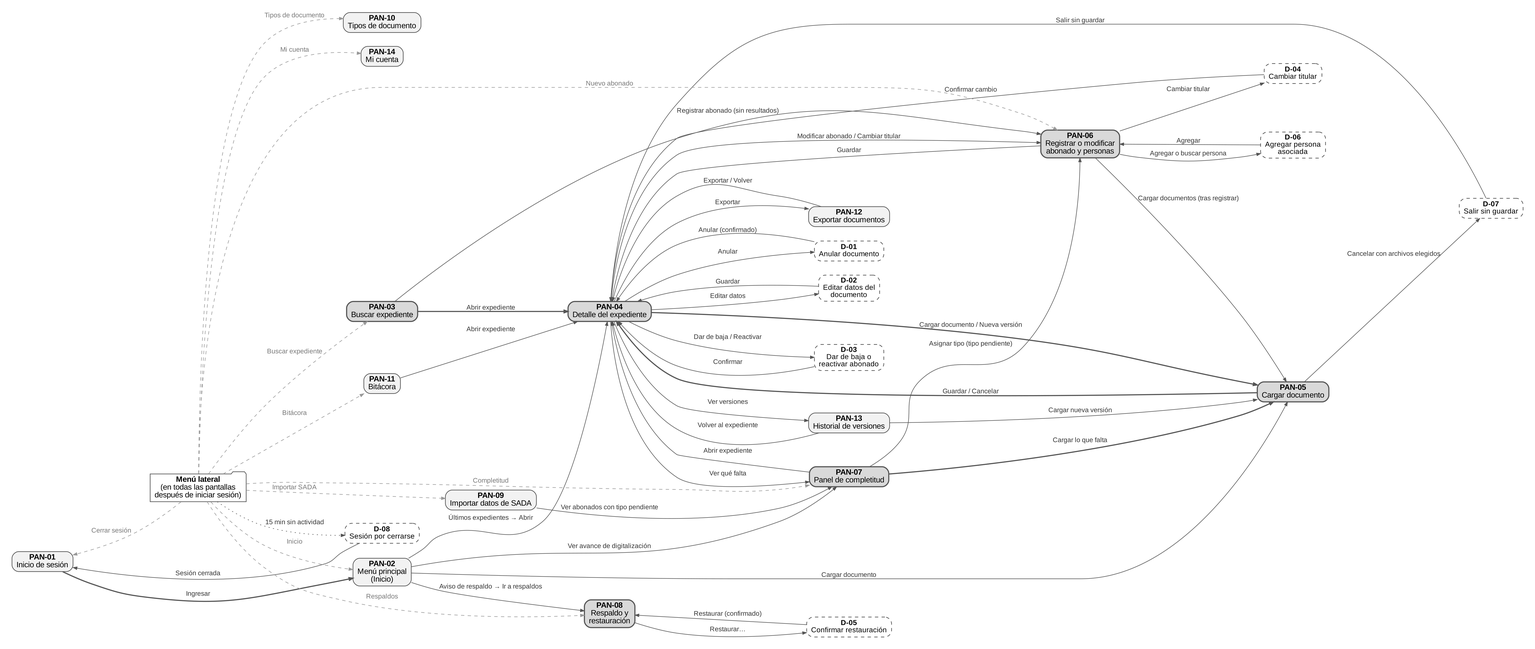
The Graphviz diagram Entregables/Prototipos/mapa_navegacion/Mapa_Navegacion_SIGEDA.png in KendalTC/ProyectoASADA, before a commit. Its source is kept beside it as Entregables/Prototipos/mapa_navegacion/Mapa_Navegacion_SIGEDA.dot.
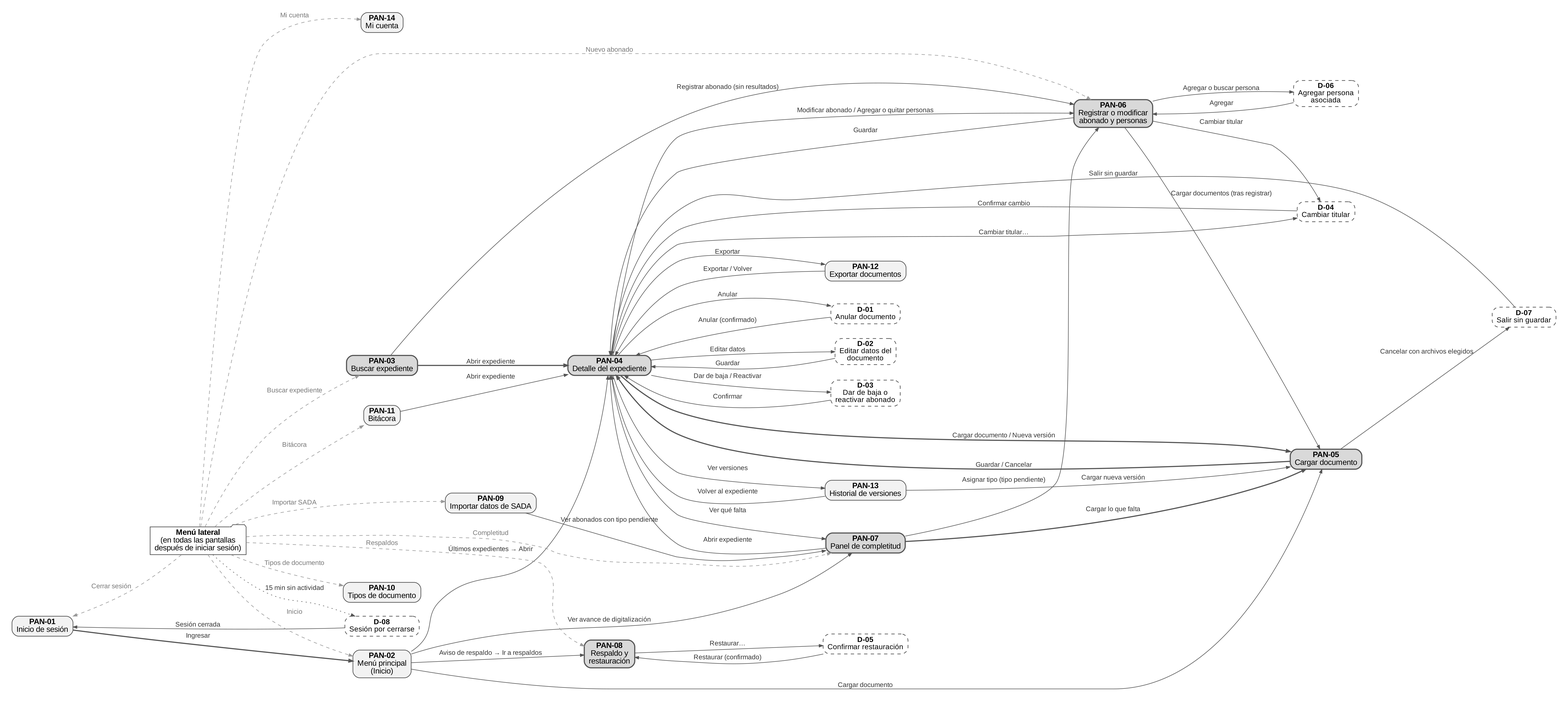
The same diagram one commit later.

Diff of the diagram source:
```diff
@@ -46,7 +46,8 @@
 "PAN-03" -> "PAN-06" [label="Registrar abonado (sin resultados)"];
 "PAN-04" -> "PAN-05" [label="Cargar documento / Nueva versión", style=bold];
 "PAN-04" -> "PAN-13" [label="Ver versiones"];
-"PAN-04" -> "PAN-06" [label="Modificar abonado / Cambiar titular"];
+"PAN-04" -> "PAN-06" [label="Modificar abonado / Agregar o quitar personas"];
+"PAN-04" -> "D-04" [label="Cambiar titular…"];
 "PAN-04" -> "PAN-12" [label="Exportar"];
 "PAN-04" -> "PAN-07" [label="Ver qué falta"];
 "PAN-04" -> "D-01" [label="Anular"];
```
